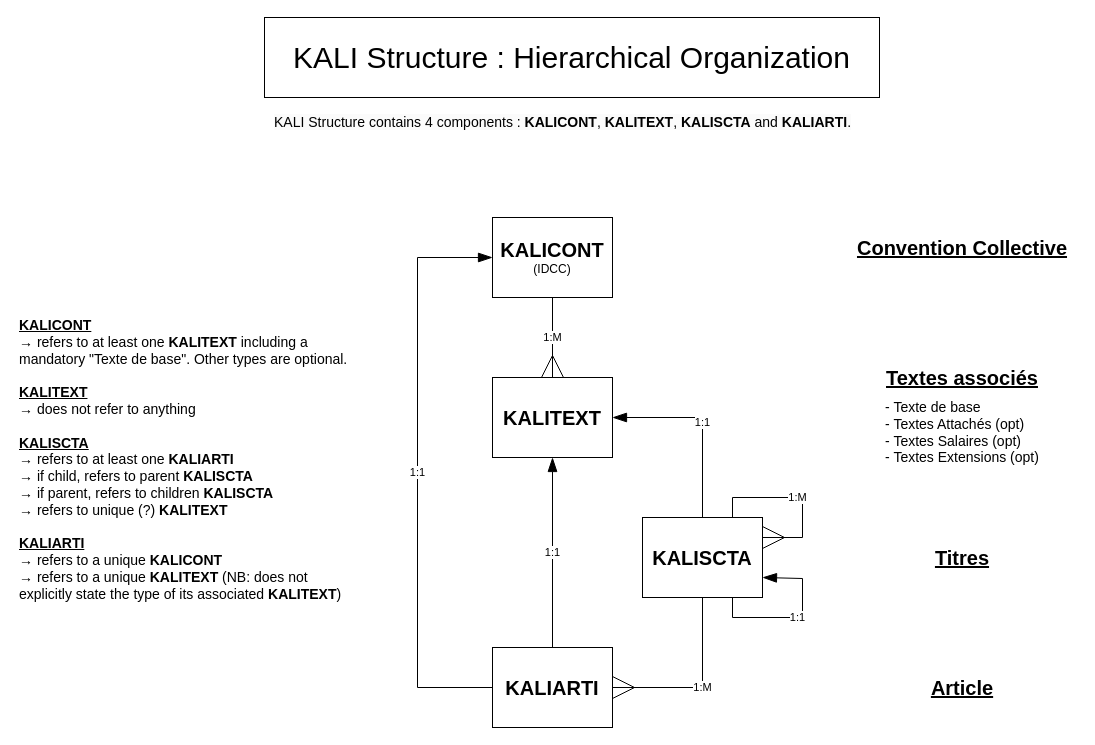
Earlier version of the draw.io diagram diagram/KALI_structure.drawio (szkjn/sandbox_drawio). Source tidied: cells renumbered, new cells numbered last; positions are measured from the earlier drawing's top-left corner, leaving out a move shared by most shapes. Both pictures are drawn from the tidied source at 100%, with x=0, y=0 at pixel (17, 17).
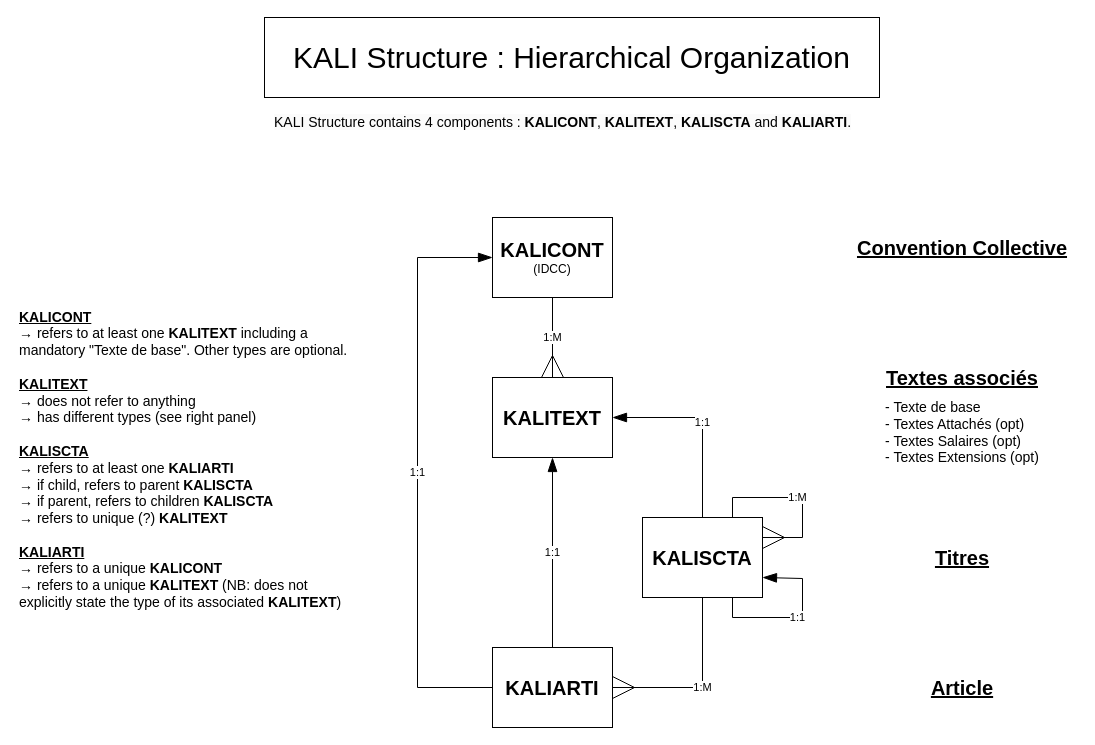
The same diagram, later.

Commit message:
Updates KALITEXT desc

The edit, as a diff of the source:
```diff
@@
-    <mxCell id="13" value="&lt;div&gt;&lt;br&gt;&lt;/div&gt;&lt;div&gt;&lt;div&gt;&lt;div&gt;&lt;span style=&quot;font-size: 14px;&quot;&gt;&lt;b&gt;&lt;u&gt;KALICONT&lt;/u&gt;&lt;/b&gt;&lt;/span&gt;&lt;/div&gt;&lt;div&gt;&lt;span style=&quot;font-size: 14px;&quot;&gt;→ refers to at least one &lt;b&gt;KALITEXT&lt;/b&gt; including a mandatory &quot;Texte de base&quot;. Other types are optional.&lt;/span&gt;&lt;span style=&quot;font-size: 14px;&quot;&gt;&lt;/span&gt;&lt;/div&gt;&lt;div&gt;&lt;font style=&quot;font-size: 14px;&quot;&gt;&lt;br&gt;&lt;/font&gt;&lt;/div&gt;&lt;div&gt;&lt;font style=&quot;font-size: 14px;&quot;&gt;&lt;b&gt;&lt;u&gt;KALITEXT&lt;/u&gt;&lt;/b&gt;&lt;/font&gt;&lt;/div&gt;&lt;div&gt;&lt;font style=&quot;font-size: 14px;&quot;&gt;→ does not refer to anything&lt;/font&gt;&lt;/div&gt;&lt;div&gt;&lt;font style=&quot;font-size: 14px;&quot;&gt;&lt;br&gt;&lt;/font&gt;&lt;/div&gt;&lt;div&gt;&lt;font style=&quot;font-size: 14px;&quot;&gt;&lt;b&gt;&lt;u&gt;KALISCTA&lt;/u&gt;&lt;/b&gt;&amp;nbsp;&lt;/font&gt;&lt;/div&gt;&lt;div&gt;&lt;font style=&quot;font-size: 14px;&quot;&gt;&lt;span style=&quot;background-color: transparent; color: light-dark(rgb(0, 0, 0), rgb(255, 255, 255));&quot;&gt;→&amp;nbsp;&lt;/span&gt;refers to at least one&amp;nbsp;&lt;b&gt;KALIARTI&lt;/b&gt;&lt;/font&gt;&lt;/div&gt;&lt;div&gt;&lt;font style=&quot;font-size: 14px;&quot;&gt;&lt;span style=&quot;background-color: transparent; color: light-dark(rgb(0, 0, 0), rgb(255, 255, 255));&quot;&gt;→&lt;/span&gt;&amp;nbsp;if child, refers to parent &lt;b&gt;KALISCTA&lt;/b&gt;&lt;/font&gt;&lt;/div&gt;&lt;div&gt;&lt;font style=&quot;font-size: 14px;&quot;&gt;&lt;span style=&quot;background-color: transparent; color: light-dark(rgb(0, 0, 0), rgb(255, 255, 255));&quot;&gt;→&lt;/span&gt;&amp;nbsp;if parent, refers to children &lt;b&gt;KALISCTA&lt;/b&gt;&lt;/font&gt;&lt;/div&gt;&lt;div&gt;&lt;font style=&quot;font-size: 14px;&quot;&gt;&lt;span style=&quot;background-color: transparent; color: light-dark(rgb(0, 0, 0), rgb(255, 255, 255));&quot;&gt;→&lt;/span&gt;&amp;nbsp;refers to unique (?)&amp;nbsp;&lt;b&gt;KALITEXT&lt;/b&gt;&lt;/font&gt;&lt;/div&gt;&lt;div&gt;&lt;font style=&quot;font-size: 14px;&quot;&gt;&lt;br&gt;&lt;/font&gt;&lt;/div&gt;&lt;div&gt;&lt;font style=&quot;font-size: 14px;&quot;&gt;&lt;b&gt;&lt;u&gt;KALIARTI&lt;/u&gt;&lt;/b&gt;&lt;/font&gt;&lt;/div&gt;&lt;div&gt;&lt;font style=&quot;font-size: 14px;&quot;&gt;→ refers to a unique &lt;b&gt;KALICONT&lt;/b&gt;&lt;/font&gt;&lt;/div&gt;&lt;div&gt;&lt;font style=&quot;font-size: 14px;&quot;&gt;→ refers to a unique &lt;b&gt;KALITEXT&lt;/b&gt; (NB:&amp;nbsp;&lt;/font&gt;&lt;span style=&quot;background-color: transparent; color: light-dark(rgb(0, 0, 0), rgb(255, 255, 255)); font-size: 14px;&quot;&gt;does not explicitly state the type of its associated &lt;b&gt;KALITEXT&lt;/b&gt;)&lt;/span&gt;&lt;/div&gt;&lt;/div&gt;&lt;/div&gt;" style="text;html=1;align=left;verticalAlign=middle;whiteSpace=wrap;rounded=0;" parent="1" vertex="1">
+    <mxCell id="13" value="&lt;div&gt;&lt;br&gt;&lt;/div&gt;&lt;div&gt;&lt;div&gt;&lt;div&gt;&lt;span style=&quot;font-size: 14px;&quot;&gt;&lt;b&gt;&lt;u&gt;KALICONT&lt;/u&gt;&lt;/b&gt;&lt;/span&gt;&lt;/div&gt;&lt;div&gt;&lt;span style=&quot;font-size: 14px;&quot;&gt;→ refers to at least one &lt;b&gt;KALITEXT&lt;/b&gt; including a mandatory &quot;Texte de base&quot;. Other types are optional.&lt;/span&gt;&lt;span style=&quot;font-size: 14px;&quot;&gt;&lt;/span&gt;&lt;/div&gt;&lt;div&gt;&lt;font style=&quot;font-size: 14px;&quot;&gt;&lt;br&gt;&lt;/font&gt;&lt;/div&gt;&lt;div&gt;&lt;font style=&quot;font-size: 14px;&quot;&gt;&lt;b&gt;&lt;u&gt;KALITEXT&lt;/u&gt;&lt;/b&gt;&lt;/font&gt;&lt;/div&gt;&lt;div&gt;&lt;font style=&quot;font-size: 14px;&quot;&gt;→ does not refer to anything&lt;/font&gt;&lt;/div&gt;&lt;div&gt;&lt;font style=&quot;font-size: 14px;&quot;&gt;→ has different types (see right panel)&lt;/font&gt;&lt;/div&gt;&lt;div&gt;&lt;font style=&quot;font-size: 14px;&quot;&gt;&lt;br&gt;&lt;/font&gt;&lt;/div&gt;&lt;div&gt;&lt;font style=&quot;font-size: 14px;&quot;&gt;&lt;b&gt;&lt;u&gt;KALISCTA&lt;/u&gt;&lt;/b&gt;&amp;nbsp;&lt;/font&gt;&lt;/div&gt;&lt;div&gt;&lt;font style=&quot;font-size: 14px;&quot;&gt;&lt;span style=&quot;background-color: transparent; color: light-dark(rgb(0, 0, 0), rgb(255, 255, 255));&quot;&gt;→&amp;nbsp;&lt;/span&gt;refers to at least one&amp;nbsp;&lt;b&gt;KALIARTI&lt;/b&gt;&lt;/font&gt;&lt;/div&gt;&lt;div&gt;&lt;font style=&quot;font-size: 14px;&quot;&gt;&lt;span style=&quot;background-color: transparent; color: light-dark(rgb(0, 0, 0), rgb(255, 255, 255));&quot;&gt;→&lt;/span&gt;&amp;nbsp;if child, refers to parent &lt;b&gt;KALISCTA&lt;/b&gt;&lt;/font&gt;&lt;/div&gt;&lt;div&gt;&lt;font style=&quot;font-size: 14px;&quot;&gt;&lt;span style=&quot;background-color: transparent; color: light-dark(rgb(0, 0, 0), rgb(255, 255, 255));&quot;&gt;→&lt;/span&gt;&amp;nbsp;if parent, refers to children &lt;b&gt;KALISCTA&lt;/b&gt;&lt;/font&gt;&lt;/div&gt;&lt;div&gt;&lt;font style=&quot;font-size: 14px;&quot;&gt;&lt;span style=&quot;background-color: transparent; color: light-dark(rgb(0, 0, 0), rgb(255, 255, 255));&quot;&gt;→&lt;/span&gt;&amp;nbsp;refers to unique (?)&amp;nbsp;&lt;b&gt;KALITEXT&lt;/b&gt;&lt;/font&gt;&lt;/div&gt;&lt;div&gt;&lt;font style=&quot;font-size: 14px;&quot;&gt;&lt;br&gt;&lt;/font&gt;&lt;/div&gt;&lt;div&gt;&lt;font style=&quot;font-size: 14px;&quot;&gt;&lt;b&gt;&lt;u&gt;KALIARTI&lt;/u&gt;&lt;/b&gt;&lt;/font&gt;&lt;/div&gt;&lt;div&gt;&lt;font style=&quot;font-size: 14px;&quot;&gt;→ refers to a unique &lt;b&gt;KALICONT&lt;/b&gt;&lt;/font&gt;&lt;/div&gt;&lt;div&gt;&lt;font style=&quot;font-size: 14px;&quot;&gt;→ refers to a unique &lt;b&gt;KALITEXT&lt;/b&gt; (NB:&amp;nbsp;&lt;/font&gt;&lt;span style=&quot;background-color: transparent; color: light-dark(rgb(0, 0, 0), rgb(255, 255, 255)); font-size: 14px;&quot;&gt;does not explicitly state the type of its associated &lt;b&gt;KALITEXT&lt;/b&gt;)&lt;/span&gt;&lt;/div&gt;&lt;/div&gt;&lt;/div&gt;" style="text;html=1;align=left;verticalAlign=middle;whiteSpace=wrap;rounded=0;" parent="1" vertex="1">
       <mxGeometry y="280" width="340" height="310" as="geometry" />
     </mxCell>
```
